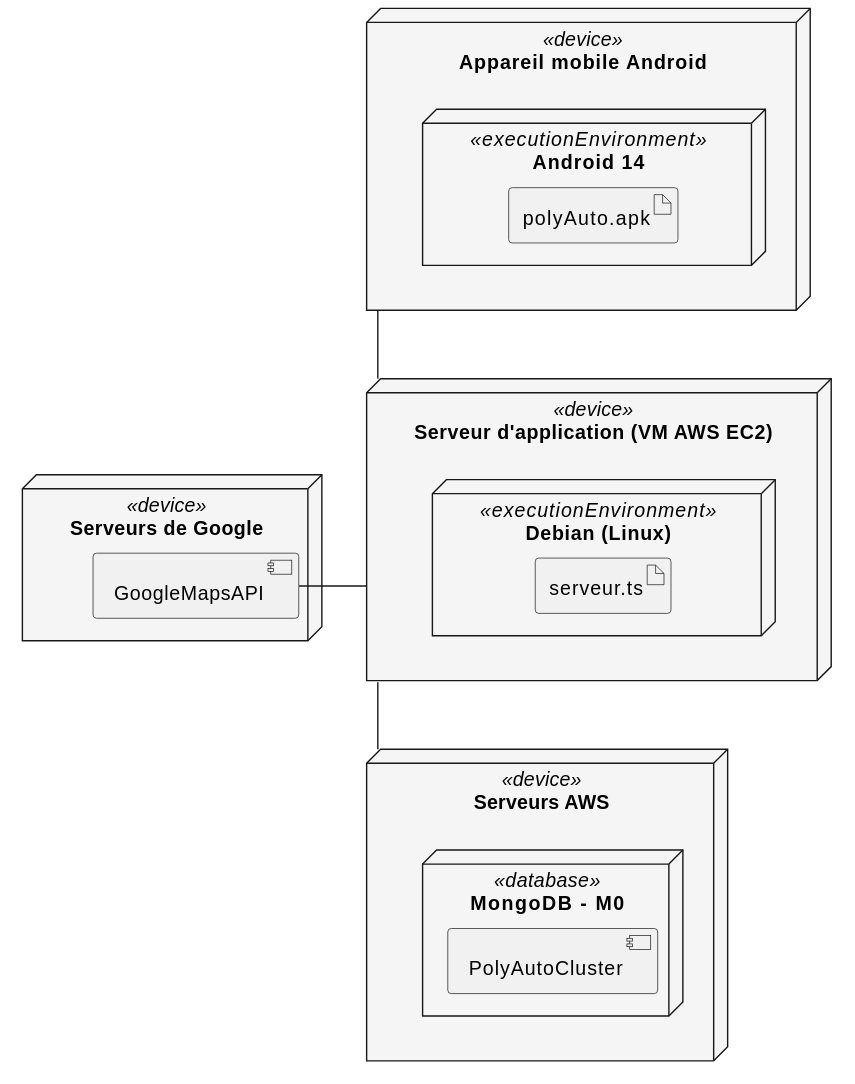
Before: out/plant_uml/exempleDiagDeployment/exempleDiagDeployment.svg, a diagram exported from PlantUML (gigl-uml/Guide_uml_polymtl).
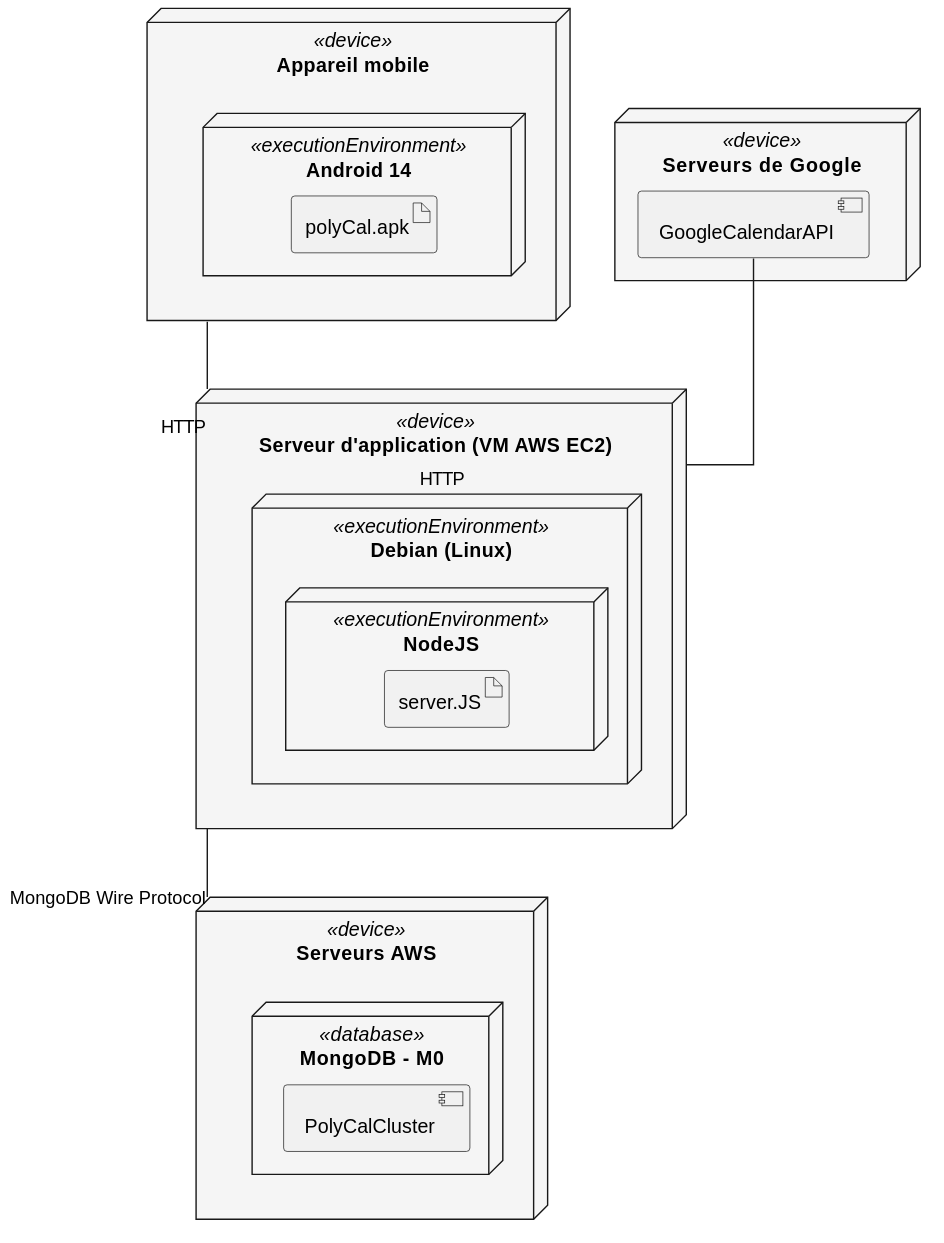
Later version of the same file.

Commit message:
modification diag deploiement

What changed in the source:
```diff
@@ -3,9 +3,9 @@
 skinparam NodeBackgroundColor whitesmoke
 skinparam linetype ortho
 
-node "Appareil mobile Android" as androidDevice <<device>>{
+node "Appareil mobile" as androidDevice <<device>>{
   node "Android 14" <<executionEnvironment>> {
-      artifact "polyAuto.apk"
+      artifact "polyCal.apk"
   }
 }
 
@@ -13,7 +13,9 @@
 
 node "Serveur d'application (VM AWS EC2)" as backend <<device>> {
   node "Debian (Linux)" <<executionEnvironment>> {
-    artifact serveur.ts
+    node "NodeJS" <<executionEnvironment>> {
+    artifact server.JS
+  }
   }
 }
 
@@ -21,7 +23,7 @@
 
 
 node "Serveurs de Google" <<device>> {
-  component "GoogleMapsAPI" as gmaps
+  component "GoogleCalendarAPI" as gcal
 }
 
 
@@ -31,12 +33,11 @@
 
 node "Serveurs AWS" as vehic <<device>> {
     node "MongoDB - M0" <<database>> {
-      component "PolyAutoCluster"
+      component "PolyCalCluster"
   }
 }
 
-backend --- vehic
-androidDevice --d- backend
-gmaps - backend
-
+backend --- vehic : MongoDB Wire Protocol
+androidDevice --- backend : HTTP
+gcal --- backend : HTTP
 @enduml
```
